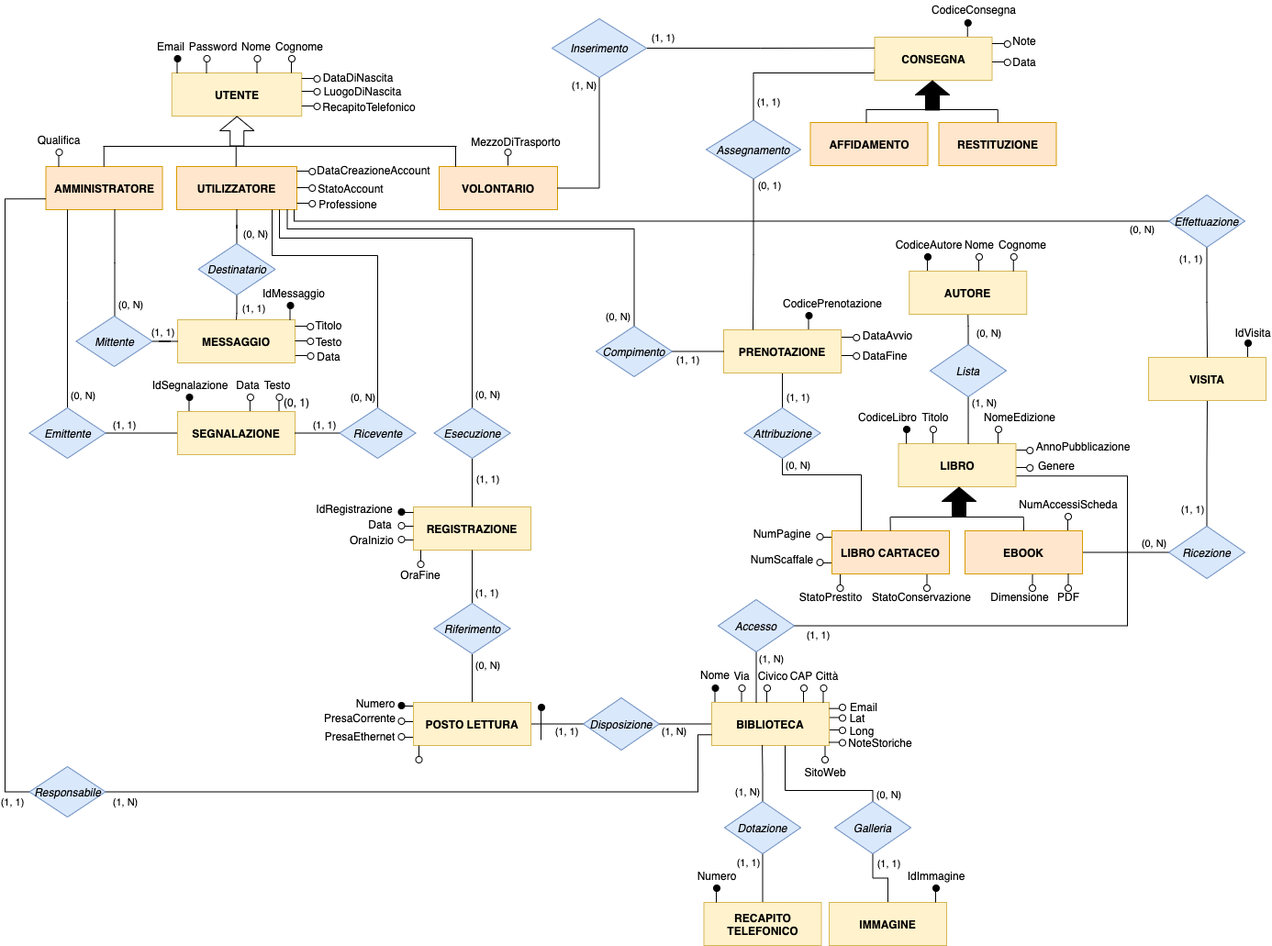
alessioarcara/Progetto_Basi_Dati keeps this draw.io diagram as Progettazione/ModelloER/DiagrammaDrawio.png. Above is the earlier version. Source tidied: cells renumbered, new cells last; positions are measured from the earlier drawing's top-left corner, leaving out a move shared by most shapes.
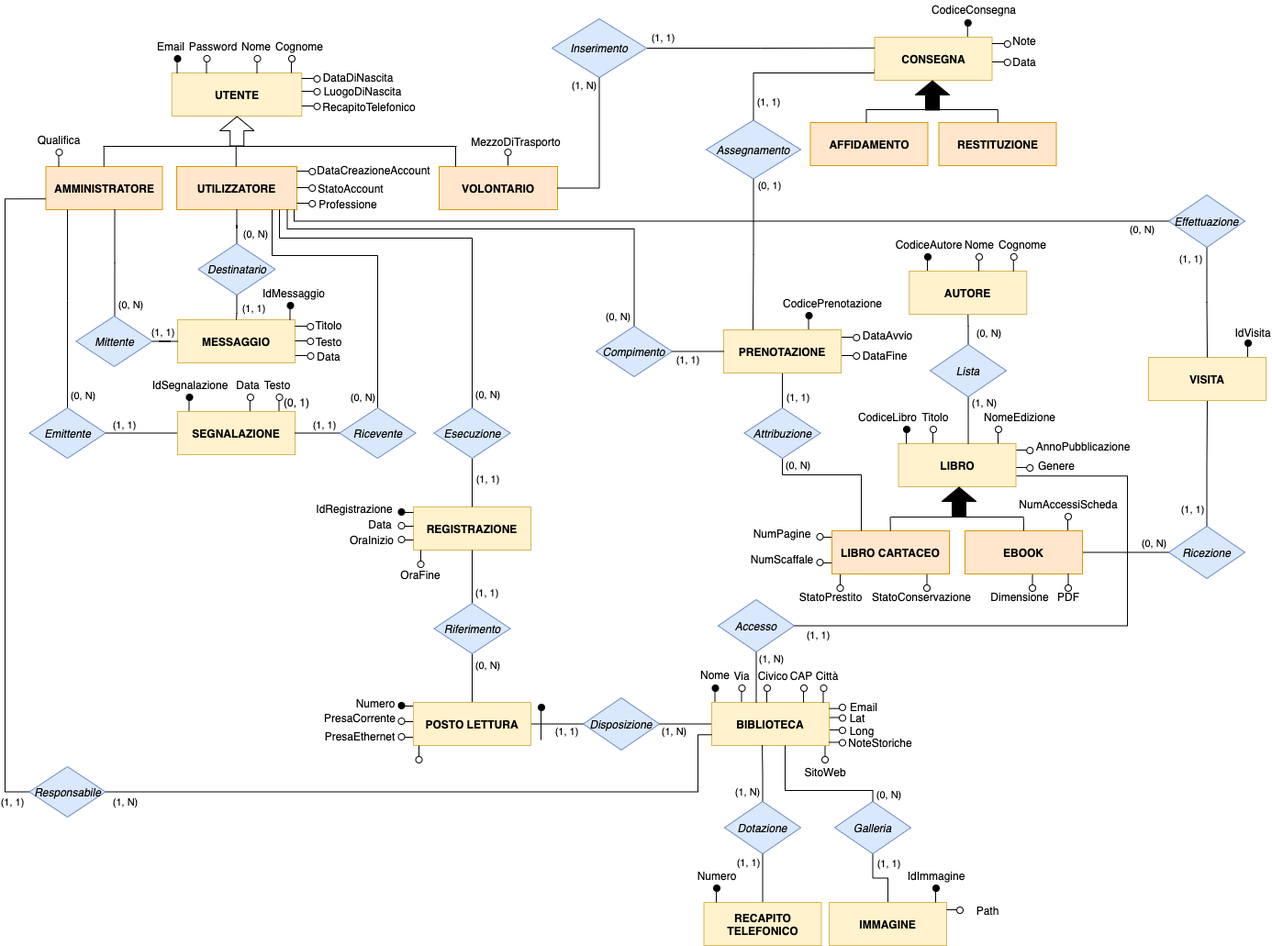
After the change.

Diff of the diagram source:
```diff
@@ -1289,5 +1289,17 @@
     <mxCell id="309" value="Città" style="text;html=1;strokeColor=none;fillColor=none;align=center;verticalAlign=middle;whiteSpace=wrap;rounded=0;" parent="1" vertex="1">
       <mxGeometry x="876" y="726" width="40" height="20" as="geometry" />
     </mxCell>
+    <mxCell id="310" style="endArrow=none;html=1;" parent="1" edge="1">
+      <mxGeometry relative="1" as="geometry">
+        <mxPoint x="1037" y="991" as="sourcePoint" />
+        <mxPoint x="1026" y="991" as="targetPoint" />
+      </mxGeometry>
+    </mxCell>
+    <mxCell id="311" style="ellipse;whiteSpace=wrap;html=1;fillColor=#FFFFFF;" parent="1" vertex="1">
+      <mxGeometry x="1037" y="988" width="7" height="7" as="geometry" />
+    </mxCell>
+    <mxCell id="312" value="Path" style="text;html=1;strokeColor=none;fillColor=none;align=center;verticalAlign=middle;whiteSpace=wrap;rounded=0;" parent="1" vertex="1">
+      <mxGeometry x="1051" y="981.5" width="40" height="20" as="geometry" />
+    </mxCell>
   </root>
 </mxGraphModel>
```
